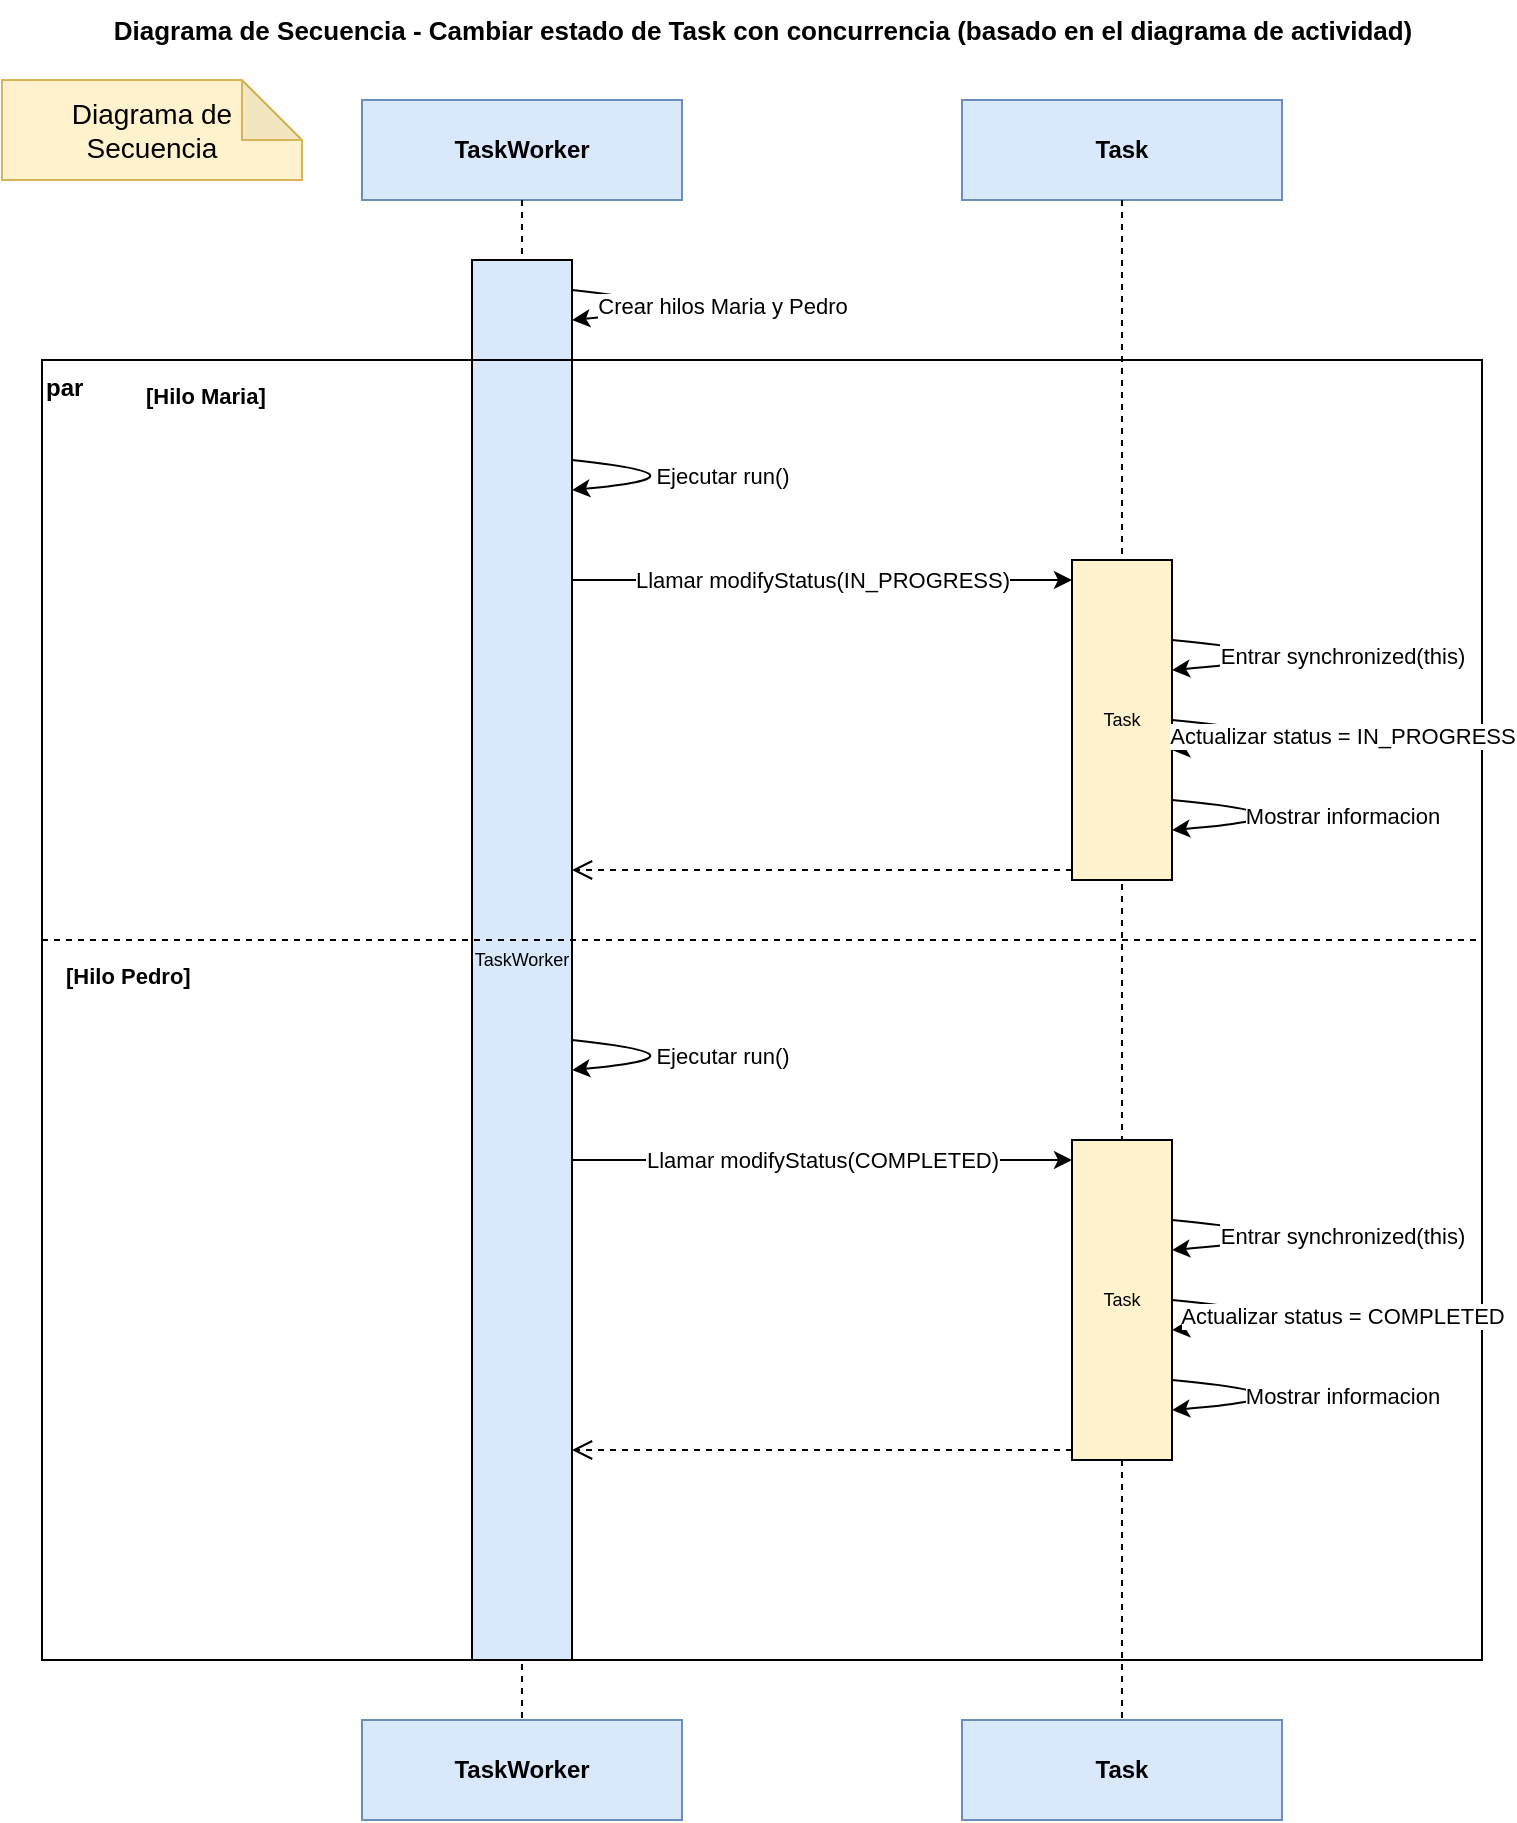
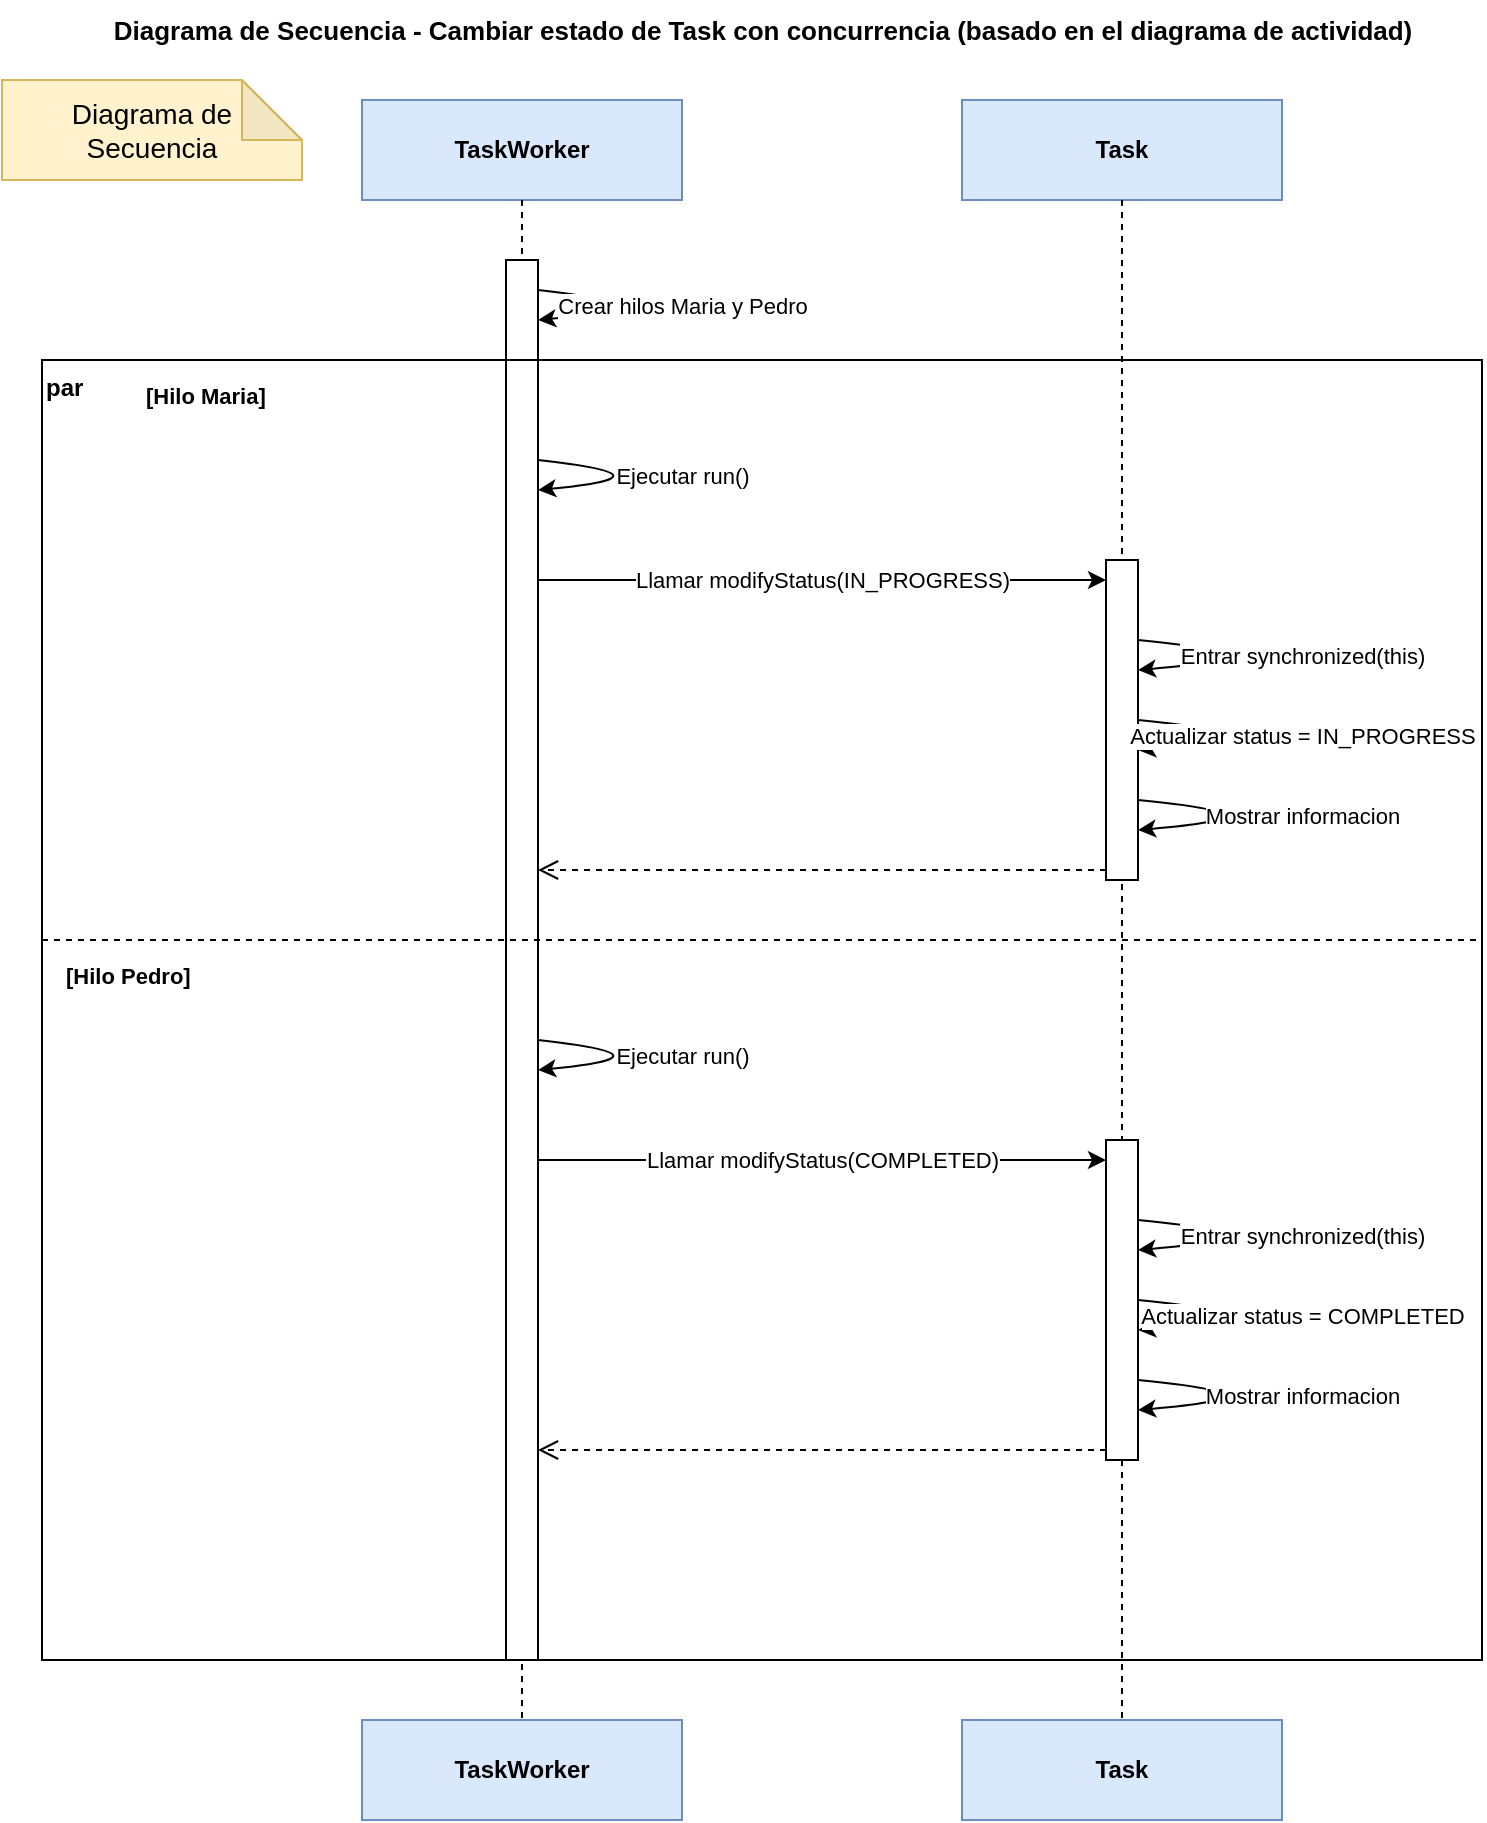
<mxfile host="app.diagrams.net" version="22.0.0">
  <diagram name="Secuencia" id="secuencia-1">
    <mxGraphModel dx="900" dy="900" grid="1" gridSize="10" guides="1" tooltips="1" connect="1" arrows="1" fold="1" page="1" pageScale="1" pageWidth="800" pageHeight="950" math="0" shadow="0">
      <root>
        <mxCell id="0" />
        <mxCell id="1" parent="0" />

        <mxCell id="title" value="Diagrama de Secuencia - Cambiar estado de Task con concurrencia (basado en el diagrama de actividad)" style="text;html=1;align=center;verticalAlign=middle;fontSize=13;fontStyle=1" vertex="1" parent="1">
          <mxGeometry x="40" y="10" width="720" height="30" as="geometry" />
        </mxCell>

        <mxCell id="title_note" parent="1" style="shape=note;whiteSpace=wrap;html=1;backgroundOutline=1;darkOpacity=0.05;fillColor=#fff2cc;strokeColor=#d6b656;" value="&lt;font style=&quot;font-size: 14px;&quot;&gt;Diagrama de Secuencia&lt;/font&gt;" vertex="1">
          <mxGeometry x="20" y="50" width="150" height="50" as="geometry" />
        </mxCell>

        <mxCell id="lifeWorkerHead" value="TaskWorker" style="rounded=0;whiteSpace=wrap;html=1;fillColor=#DAE8FC;strokeColor=#6C8EBF;fontStyle=1;fontSize=12" vertex="1" parent="1">
          <mxGeometry x="200" y="60" width="160" height="50" as="geometry" />
        </mxCell>
        <mxCell id="lifeWorkerTail" value="TaskWorker" style="rounded=0;whiteSpace=wrap;html=1;fillColor=#DAE8FC;strokeColor=#6C8EBF;fontStyle=1;fontSize=12" vertex="1" parent="1">
          <mxGeometry x="200" y="870" width="160" height="50" as="geometry" />
        </mxCell>
        <mxCell id="lifeWorkerLine" style="endArrow=none;html=1;strokeColor=#000000;dashed=1" edge="1" parent="1">
          <mxGeometry relative="1" as="geometry">
            <mxPoint x="280" y="110" as="sourcePoint" />
            <mxPoint x="280" y="870" as="targetPoint" />
          </mxGeometry>
        </mxCell>

        <mxCell id="lifeTaskHead" value="Task" style="rounded=0;whiteSpace=wrap;html=1;fillColor=#DAE8FC;strokeColor=#6C8EBF;fontStyle=1;fontSize=12" vertex="1" parent="1">
          <mxGeometry x="500" y="60" width="160" height="50" as="geometry" />
        </mxCell>
        <mxCell id="lifeTaskTail" value="Task" style="rounded=0;whiteSpace=wrap;html=1;fillColor=#DAE8FC;strokeColor=#6C8EBF;fontStyle=1;fontSize=12" vertex="1" parent="1">
          <mxGeometry x="500" y="870" width="160" height="50" as="geometry" />
        </mxCell>
        <mxCell id="lifeTaskLine" style="endArrow=none;html=1;strokeColor=#000000;dashed=1" edge="1" parent="1">
          <mxGeometry relative="1" as="geometry">
            <mxPoint x="580" y="110" as="sourcePoint" />
            <mxPoint x="580" y="870" as="targetPoint" />
          </mxGeometry>
        </mxCell>

-         <mxCell id="actTWGlobal" value="TaskWorker" style="rounded=0;whiteSpace=wrap;html=1;fillColor=#DAE8FC;strokeColor=#000000;fontSize=9;verticalAlign=middle;align=center" vertex="1" parent="1">
-           <mxGeometry x="255" y="140" width="50" height="700" as="geometry" />
+         <mxCell id="actTWGlobal" value="" style="rounded=0;whiteSpace=wrap;html=1;fillColor=#FFFFFF;strokeColor=#000000" vertex="1" parent="1">
+           <mxGeometry x="272" y="140" width="16" height="700" as="geometry" />
        </mxCell>

        <mxCell id="msgCreate" value="Crear hilos Maria y Pedro" style="endArrow=classic;html=1;strokeColor=#000000;curved=1" edge="1" parent="1">
          <mxGeometry relative="1" as="geometry">
-             <mxPoint x="305" y="155" as="sourcePoint" />
-             <mxPoint x="305" y="170" as="targetPoint" />
+             <mxPoint x="288" y="155" as="sourcePoint" />
+             <mxPoint x="288" y="170" as="targetPoint" />
            <Array as="points">
-               <mxPoint x="380" y="163" />
+               <mxPoint x="360" y="163" />
            </Array>
          </mxGeometry>
        </mxCell>

        <mxCell id="parFrame" value="par" style="rounded=0;whiteSpace=wrap;html=1;fillColor=none;strokeColor=#000000;align=left;verticalAlign=top;fontStyle=1" vertex="1" parent="1">
          <mxGeometry x="40" y="190" width="720" height="650" as="geometry" />
        </mxCell>

        <mxCell id="parLabelMaria" value="[Hilo Maria]" style="text;html=1;align=left;verticalAlign=middle;fontStyle=1;fontSize=11" vertex="1" parent="1">
          <mxGeometry x="90" y="198" width="100" height="20" as="geometry" />
        </mxCell>

-         <mxCell id="actTaskMaria" value="Task" style="rounded=0;whiteSpace=wrap;html=1;fillColor=#FFF2CC;strokeColor=#000000;fontSize=9;verticalAlign=middle;align=center" vertex="1" parent="1">
-           <mxGeometry x="555" y="290" width="50" height="160" as="geometry" />
+         <mxCell id="actTaskMaria" value="" style="rounded=0;whiteSpace=wrap;html=1;fillColor=#FFFFFF;strokeColor=#000000" vertex="1" parent="1">
+           <mxGeometry x="572" y="290" width="16" height="160" as="geometry" />
        </mxCell>

        <mxCell id="msgM1" value="Ejecutar run()" style="endArrow=classic;html=1;strokeColor=#000000;curved=1" edge="1" parent="1">
          <mxGeometry relative="1" as="geometry">
-             <mxPoint x="305" y="240" as="sourcePoint" />
-             <mxPoint x="305" y="255" as="targetPoint" />
+             <mxPoint x="288" y="240" as="sourcePoint" />
+             <mxPoint x="288" y="255" as="targetPoint" />
            <Array as="points">
-               <mxPoint x="380" y="248" />
+               <mxPoint x="360" y="248" />
            </Array>
          </mxGeometry>
        </mxCell>
        <mxCell id="msgM2" value="Llamar modifyStatus(IN_PROGRESS)" style="endArrow=classic;html=1;strokeColor=#000000" edge="1" parent="1">
          <mxGeometry relative="1" as="geometry">
-             <mxPoint x="305" y="300" as="sourcePoint" />
-             <mxPoint x="555" y="300" as="targetPoint" />
+             <mxPoint x="288" y="300" as="sourcePoint" />
+             <mxPoint x="572" y="300" as="targetPoint" />
          </mxGeometry>
        </mxCell>
        <mxCell id="msgM3" value="Entrar synchronized(this)" style="endArrow=classic;html=1;strokeColor=#000000;curved=1" edge="1" parent="1">
          <mxGeometry relative="1" as="geometry">
-             <mxPoint x="605" y="330" as="sourcePoint" />
-             <mxPoint x="605" y="345" as="targetPoint" />
+             <mxPoint x="588" y="330" as="sourcePoint" />
+             <mxPoint x="588" y="345" as="targetPoint" />
            <Array as="points">
-               <mxPoint x="690" y="338" />
+               <mxPoint x="670" y="338" />
            </Array>
          </mxGeometry>
        </mxCell>
        <mxCell id="msgM4" value="Actualizar status = IN_PROGRESS" style="endArrow=classic;html=1;strokeColor=#000000;curved=1" edge="1" parent="1">
          <mxGeometry relative="1" as="geometry">
-             <mxPoint x="605" y="370" as="sourcePoint" />
-             <mxPoint x="605" y="385" as="targetPoint" />
+             <mxPoint x="588" y="370" as="sourcePoint" />
+             <mxPoint x="588" y="385" as="targetPoint" />
            <Array as="points">
-               <mxPoint x="690" y="378" />
+               <mxPoint x="670" y="378" />
            </Array>
          </mxGeometry>
        </mxCell>
        <mxCell id="msgM5" value="Mostrar informacion" style="endArrow=classic;html=1;strokeColor=#000000;curved=1" edge="1" parent="1">
          <mxGeometry relative="1" as="geometry">
-             <mxPoint x="605" y="410" as="sourcePoint" />
-             <mxPoint x="605" y="425" as="targetPoint" />
+             <mxPoint x="588" y="410" as="sourcePoint" />
+             <mxPoint x="588" y="425" as="targetPoint" />
            <Array as="points">
-               <mxPoint x="690" y="418" />
+               <mxPoint x="670" y="418" />
            </Array>
          </mxGeometry>
        </mxCell>
        <mxCell id="msgM6" value="" style="endArrow=open;html=1;strokeColor=#000000;dashed=1;endSize=8" edge="1" parent="1">
          <mxGeometry relative="1" as="geometry">
-             <mxPoint x="555" y="445" as="sourcePoint" />
-             <mxPoint x="305" y="445" as="targetPoint" />
+             <mxPoint x="572" y="445" as="sourcePoint" />
+             <mxPoint x="288" y="445" as="targetPoint" />
          </mxGeometry>
        </mxCell>

        <mxCell id="parDivider" style="endArrow=none;html=1;strokeColor=#000000;dashed=1" edge="1" parent="1">
          <mxGeometry relative="1" as="geometry">
            <mxPoint x="40" y="480" as="sourcePoint" />
            <mxPoint x="760" y="480" as="targetPoint" />
          </mxGeometry>
        </mxCell>

        <mxCell id="parLabelPedro" value="[Hilo Pedro]" style="text;html=1;align=left;verticalAlign=middle;fontStyle=1;fontSize=11" vertex="1" parent="1">
          <mxGeometry x="50" y="488" width="100" height="20" as="geometry" />
        </mxCell>

-         <mxCell id="actTaskPedro" value="Task" style="rounded=0;whiteSpace=wrap;html=1;fillColor=#FFF2CC;strokeColor=#000000;fontSize=9;verticalAlign=middle;align=center" vertex="1" parent="1">
-           <mxGeometry x="555" y="580" width="50" height="160" as="geometry" />
+         <mxCell id="actTaskPedro" value="" style="rounded=0;whiteSpace=wrap;html=1;fillColor=#FFFFFF;strokeColor=#000000" vertex="1" parent="1">
+           <mxGeometry x="572" y="580" width="16" height="160" as="geometry" />
        </mxCell>

        <mxCell id="msgP1" value="Ejecutar run()" style="endArrow=classic;html=1;strokeColor=#000000;curved=1" edge="1" parent="1">
          <mxGeometry relative="1" as="geometry">
-             <mxPoint x="305" y="530" as="sourcePoint" />
-             <mxPoint x="305" y="545" as="targetPoint" />
+             <mxPoint x="288" y="530" as="sourcePoint" />
+             <mxPoint x="288" y="545" as="targetPoint" />
            <Array as="points">
-               <mxPoint x="380" y="538" />
+               <mxPoint x="360" y="538" />
            </Array>
          </mxGeometry>
        </mxCell>
        <mxCell id="msgP2" value="Llamar modifyStatus(COMPLETED)" style="endArrow=classic;html=1;strokeColor=#000000" edge="1" parent="1">
          <mxGeometry relative="1" as="geometry">
-             <mxPoint x="305" y="590" as="sourcePoint" />
-             <mxPoint x="555" y="590" as="targetPoint" />
+             <mxPoint x="288" y="590" as="sourcePoint" />
+             <mxPoint x="572" y="590" as="targetPoint" />
          </mxGeometry>
        </mxCell>
        <mxCell id="msgP3" value="Entrar synchronized(this)" style="endArrow=classic;html=1;strokeColor=#000000;curved=1" edge="1" parent="1">
          <mxGeometry relative="1" as="geometry">
-             <mxPoint x="605" y="620" as="sourcePoint" />
-             <mxPoint x="605" y="635" as="targetPoint" />
+             <mxPoint x="588" y="620" as="sourcePoint" />
+             <mxPoint x="588" y="635" as="targetPoint" />
            <Array as="points">
-               <mxPoint x="690" y="628" />
+               <mxPoint x="670" y="628" />
            </Array>
          </mxGeometry>
        </mxCell>
        <mxCell id="msgP4" value="Actualizar status = COMPLETED" style="endArrow=classic;html=1;strokeColor=#000000;curved=1" edge="1" parent="1">
          <mxGeometry relative="1" as="geometry">
-             <mxPoint x="605" y="660" as="sourcePoint" />
-             <mxPoint x="605" y="675" as="targetPoint" />
+             <mxPoint x="588" y="660" as="sourcePoint" />
+             <mxPoint x="588" y="675" as="targetPoint" />
            <Array as="points">
-               <mxPoint x="690" y="668" />
+               <mxPoint x="670" y="668" />
            </Array>
          </mxGeometry>
        </mxCell>
        <mxCell id="msgP5" value="Mostrar informacion" style="endArrow=classic;html=1;strokeColor=#000000;curved=1" edge="1" parent="1">
          <mxGeometry relative="1" as="geometry">
-             <mxPoint x="605" y="700" as="sourcePoint" />
-             <mxPoint x="605" y="715" as="targetPoint" />
+             <mxPoint x="588" y="700" as="sourcePoint" />
+             <mxPoint x="588" y="715" as="targetPoint" />
            <Array as="points">
-               <mxPoint x="690" y="708" />
+               <mxPoint x="670" y="708" />
            </Array>
          </mxGeometry>
        </mxCell>
        <mxCell id="msgP6" value="" style="endArrow=open;html=1;strokeColor=#000000;dashed=1;endSize=8" edge="1" parent="1">
          <mxGeometry relative="1" as="geometry">
-             <mxPoint x="555" y="735" as="sourcePoint" />
-             <mxPoint x="305" y="735" as="targetPoint" />
+             <mxPoint x="572" y="735" as="sourcePoint" />
+             <mxPoint x="288" y="735" as="targetPoint" />
          </mxGeometry>
        </mxCell>

      </root>
    </mxGraphModel>
  </diagram>
</mxfile>
